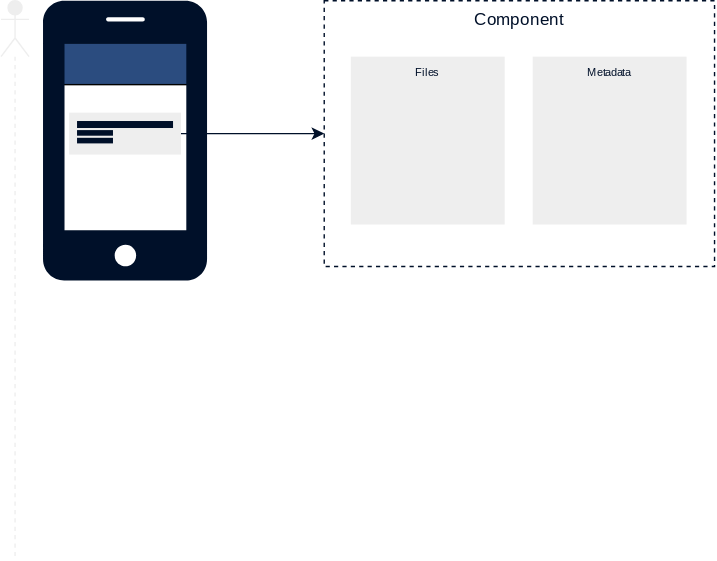
Earlier version of the draw.io export packages/semcom-core/docs/modules/introduction/images/component.svg (useid/semcom). Source tidied: cells renumbered, new cells last; positions are measured from the earlier drawing's top-left corner, leaving out a move shared by most shapes. Source of this version:
```xml
<mxGraphModel background="#FFFFFF">
  <root>
    <mxCell id="0" />
    <mxCell id="1" parent="0" />
    <mxCell id="2" style="rounded=0;whiteSpace=wrap;html=1;fillColor=#2B4C7F;" parent="1" vertex="1">
      <mxGeometry x="40" y="30" width="100" height="30" as="geometry" />
    </mxCell>
    <mxCell id="3" style="shape=umlLifeline;participant=umlActor;perimeter=lifelinePerimeter;whiteSpace=wrap;html=1;verticalAlign=top;spacingTop=36;fontFamily=Fira Sans;fontSource=https%3A%2F%2Ffonts.googleapis.com%2Fcss%3Ffamily%3DFira%2BSans;fontColor=#FFFFFF;fillColor=#EEEEEE;strokeColor=#EEEEEE;" parent="1" vertex="1">
      <mxGeometry width="20" height="400" as="geometry" />
    </mxCell>
    <mxCell id="4" style="shadow=0;dashed=0;html=1;strokeColor=none;labelPosition=center;verticalLabelPosition=bottom;verticalAlign=top;align=center;shape=mxgraph.office.devices.cell_phone_iphone_proportional;fillColor=#001029;" parent="1" vertex="1">
      <mxGeometry x="30" width="117.2" height="200" as="geometry" />
    </mxCell>
    <mxCell id="5" style="rounded=0;whiteSpace=wrap;html=1;fillColor=#EEEEEE;strokeColor=none;" parent="1" vertex="1">
      <mxGeometry x="48.6" y="80" width="80" height="30" as="geometry" />
    </mxCell>
    <mxCell id="6" style="rounded=0;whiteSpace=wrap;html=1;fillColor=#001029;strokeColor=none;rotation=0;" parent="1" vertex="1">
      <mxGeometry x="54.3" y="86" width="68.6" height="5" as="geometry" />
    </mxCell>
    <mxCell id="7" style="rounded=0;whiteSpace=wrap;html=1;fillColor=#001029;strokeColor=none;rotation=0;" parent="1" vertex="1">
      <mxGeometry x="54.3" y="92.5" width="25.7" height="4" as="geometry" />
    </mxCell>
    <mxCell id="8" style="rounded=0;whiteSpace=wrap;html=1;fillColor=#001029;strokeColor=none;rotation=0;" parent="1" vertex="1">
      <mxGeometry x="54.3" y="98" width="25.7" height="4" as="geometry" />
    </mxCell>
    <mxCell id="9" value="Component" style="rounded=0;whiteSpace=wrap;html=1;fontColor=#001029;verticalAlign=top;fontFamily=Fira Sans;fontSource=https%3A%2F%2Ffonts.googleapis.com%2Fcss%3Ffamily%3DFira%2BSans;strokeColor=#001029;dashed=1;fillColor=none;" parent="1" vertex="1">
      <mxGeometry x="231" width="279" height="190" as="geometry" />
    </mxCell>
    <mxCell id="10" style="endArrow=classic;html=1;fontColor=#001029;exitX=1;exitY=0.5;exitDx=0;exitDy=0;entryX=0;entryY=0.5;entryDx=0;entryDy=0;strokeColor=#001029;" parent="1" edge="1" source="5" target="9">
      <mxGeometry relative="1" as="geometry" />
    </mxCell>
    <mxCell id="11" value="Files" style="rounded=0;whiteSpace=wrap;html=1;dashed=1;fontFamily=Fira Sans;fontSource=https%3A%2F%2Ffonts.googleapis.com%2Fcss%3Ffamily%3DFira%2BSans;fontColor=#001029;fillColor=#EEEEEE;strokeColor=none;verticalAlign=top;fontSize=8;" parent="1" vertex="1">
      <mxGeometry x="250" y="40" width="110" height="120" as="geometry" />
    </mxCell>
    <mxCell id="12" value="Metadata" style="rounded=0;whiteSpace=wrap;html=1;dashed=1;fontFamily=Fira Sans;fontSource=https%3A%2F%2Ffonts.googleapis.com%2Fcss%3Ffamily%3DFira%2BSans;fontColor=#001029;fillColor=#EEEEEE;strokeColor=none;verticalAlign=top;fontSize=8;" parent="1" vertex="1">
      <mxGeometry x="380" y="40" width="110" height="120" as="geometry" />
    </mxCell>
  </root>
</mxGraphModel>
```
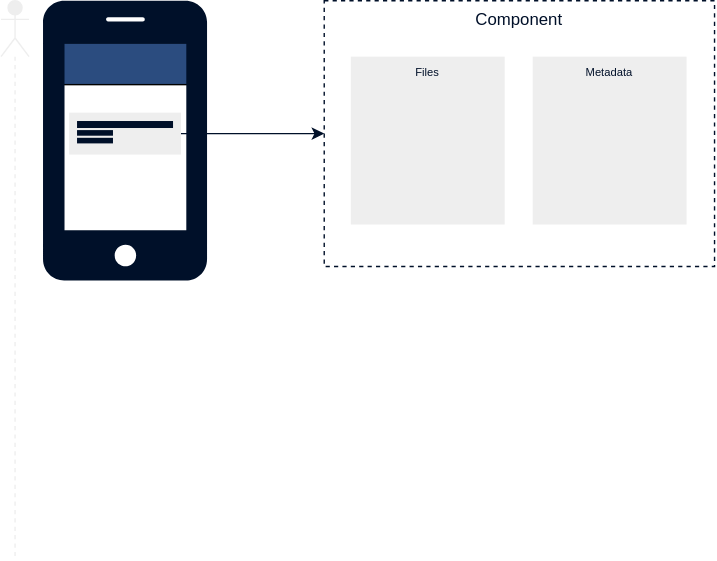
After the commit.

The edit, as a diff of the source:
```diff
@@ -23,16 +23,16 @@
     <mxCell id="8" style="rounded=0;whiteSpace=wrap;html=1;fillColor=#001029;strokeColor=none;rotation=0;" parent="1" vertex="1">
       <mxGeometry x="54.3" y="98" width="25.7" height="4" as="geometry" />
     </mxCell>
-    <mxCell id="9" value="Component" style="rounded=0;whiteSpace=wrap;html=1;fontColor=#001029;verticalAlign=top;fontFamily=Fira Sans;fontSource=https%3A%2F%2Ffonts.googleapis.com%2Fcss%3Ffamily%3DFira%2BSans;strokeColor=#001029;dashed=1;fillColor=none;" parent="1" vertex="1">
+    <mxCell id="9" value="Component" style="rounded=0;whiteSpace=wrap;html=1;fontColor=#001029;verticalAlign=top;fontFamily=Helvetica;strokeColor=#001029;dashed=1;fillColor=none;" parent="1" vertex="1">
       <mxGeometry x="231" width="279" height="190" as="geometry" />
     </mxCell>
     <mxCell id="10" style="endArrow=classic;html=1;fontColor=#001029;exitX=1;exitY=0.5;exitDx=0;exitDy=0;entryX=0;entryY=0.5;entryDx=0;entryDy=0;strokeColor=#001029;" parent="1" edge="1" source="5" target="9">
       <mxGeometry relative="1" as="geometry" />
     </mxCell>
-    <mxCell id="11" value="Files" style="rounded=0;whiteSpace=wrap;html=1;dashed=1;fontFamily=Fira Sans;fontSource=https%3A%2F%2Ffonts.googleapis.com%2Fcss%3Ffamily%3DFira%2BSans;fontColor=#001029;fillColor=#EEEEEE;strokeColor=none;verticalAlign=top;fontSize=8;" parent="1" vertex="1">
+    <mxCell id="11" value="Files" style="rounded=0;whiteSpace=wrap;html=1;dashed=1;fontFamily=Helvetica;fontColor=#001029;fillColor=#EEEEEE;strokeColor=none;verticalAlign=top;fontSize=8;" parent="1" vertex="1">
       <mxGeometry x="250" y="40" width="110" height="120" as="geometry" />
     </mxCell>
-    <mxCell id="12" value="Metadata" style="rounded=0;whiteSpace=wrap;html=1;dashed=1;fontFamily=Fira Sans;fontSource=https%3A%2F%2Ffonts.googleapis.com%2Fcss%3Ffamily%3DFira%2BSans;fontColor=#001029;fillColor=#EEEEEE;strokeColor=none;verticalAlign=top;fontSize=8;" parent="1" vertex="1">
+    <mxCell id="12" value="Metadata" style="rounded=0;whiteSpace=wrap;html=1;dashed=1;fontFamily=Helvetica;fontColor=#001029;fillColor=#EEEEEE;strokeColor=none;verticalAlign=top;fontSize=8;" parent="1" vertex="1">
       <mxGeometry x="380" y="40" width="110" height="120" as="geometry" />
     </mxCell>
   </root>
```
